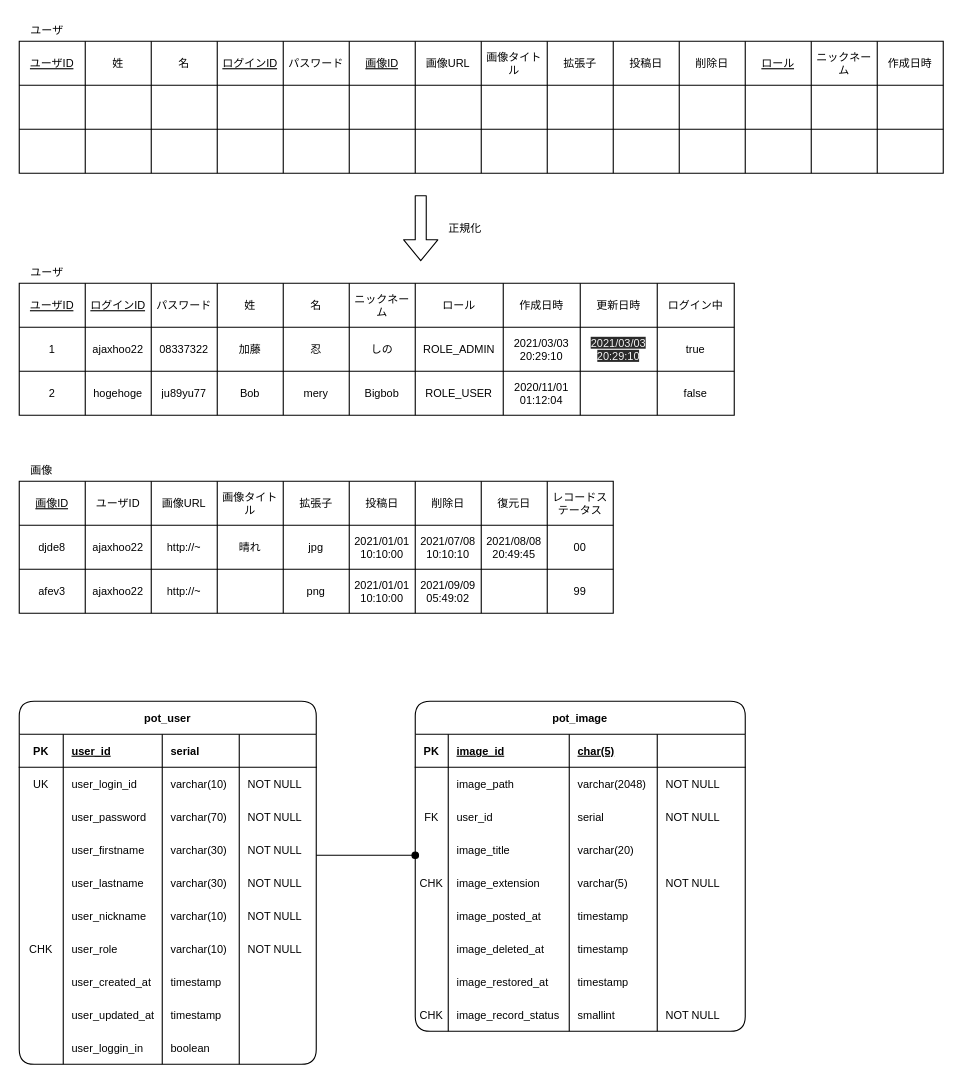
Above: ER.drawio in ODEN-t/imagepot (draw.io), before the change. Source tidied: cells renumbered, new cells numbered last; positions are measured from the earlier drawing's top-left corner, leaving out a move shared by most shapes. Both pictures are drawn from the tidied source at 110%, with x=0, y=0 at pixel (19, 19).
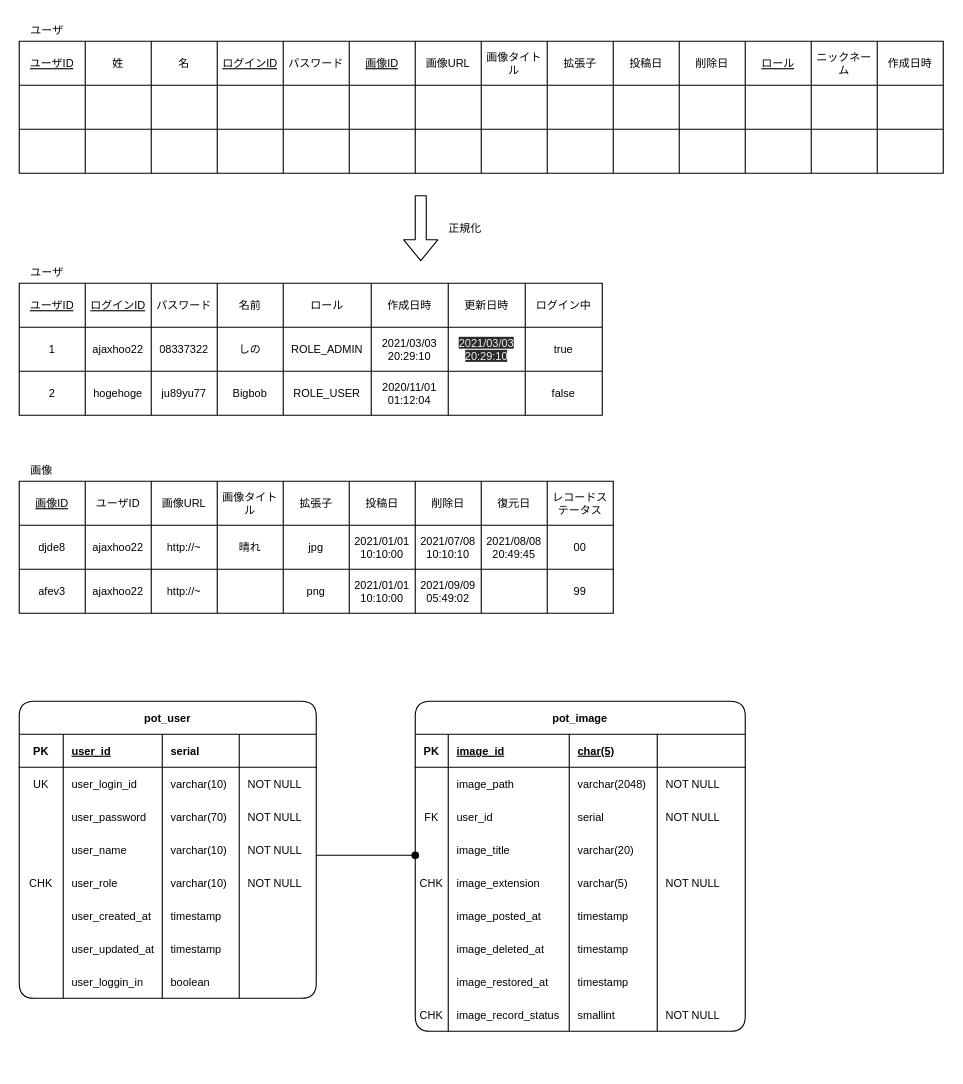
Above is the later version.

Change to the diagram source:
```diff
@@
     <mxCell id="2" value="pot_user" style="shape=table;startSize=30;childLayout=tableLayout;rowLines=0;fontStyle=1;align=center;rounded=1;shadow=0;dashed=0;strokeWidth=1;fontFamily=Helvetica;fontSize=10;" parent="1" vertex="1">
-      <mxGeometry y="620" width="270" height="330" as="geometry" />
+      <mxGeometry y="620" width="270" height="270" as="geometry" />
     </mxCell>
@@
-    <mxCell id="18" style="shape=partialRectangle;fillColor=none;top=0;left=0;bottom=0;right=0;fontFamily=Helvetica;fontSize=10;" parent="2" vertex="1">
-      <mxGeometry y="120" width="270" height="30" as="geometry" />
-    </mxCell>
-    <mxCell id="19" style="shape=partialRectangle;fillColor=none;top=0;left=0;bottom=0;right=0;overflow=hidden;fontFamily=Helvetica;fontSize=10;" parent="18" vertex="1">
-      <mxGeometry width="40" height="30" as="geometry" />
-    </mxCell>
-    <mxCell id="20" value="user_firstname" style="shape=partialRectangle;fillColor=none;top=0;left=0;bottom=0;right=0;align=left;spacingLeft=6;overflow=hidden;fontFamily=Helvetica;fontSize=10;" parent="18" vertex="1">
-      <mxGeometry x="40" width="90" height="30" as="geometry" />
-    </mxCell>
-    <mxCell id="21" value="varchar(30)" style="shape=partialRectangle;fillColor=none;top=0;left=0;bottom=0;right=0;align=left;spacingLeft=6;overflow=hidden;fontFamily=Helvetica;fontSize=10;" parent="18" vertex="1">
-      <mxGeometry x="130" width="70" height="30" as="geometry" />
-    </mxCell>
-    <mxCell id="22" value="NOT NULL" style="shape=partialRectangle;fillColor=none;top=0;left=0;bottom=0;right=0;align=left;spacingLeft=6;overflow=hidden;fontFamily=Helvetica;fontSize=10;" parent="18" vertex="1">
-      <mxGeometry x="200" width="70" height="30" as="geometry" />
-    </mxCell>
-    <mxCell id="23" style="shape=partialRectangle;fillColor=none;top=0;left=0;bottom=0;right=0;fontFamily=Helvetica;fontSize=10;" parent="2" vertex="1">
-      <mxGeometry y="150" width="270" height="30" as="geometry" />
-    </mxCell>
-    <mxCell id="24" style="shape=partialRectangle;fillColor=none;top=0;left=0;bottom=0;right=0;overflow=hidden;fontFamily=Helvetica;fontSize=10;" parent="23" vertex="1">
-      <mxGeometry width="40" height="30" as="geometry" />
-    </mxCell>
-    <mxCell id="25" value="user_lastname" style="shape=partialRectangle;fillColor=none;top=0;left=0;bottom=0;right=0;align=left;spacingLeft=6;overflow=hidden;fontFamily=Helvetica;fontSize=10;" parent="23" vertex="1">
-      <mxGeometry x="40" width="90" height="30" as="geometry" />
-    </mxCell>
-    <mxCell id="26" value="varchar(30)" style="shape=partialRectangle;fillColor=none;top=0;left=0;bottom=0;right=0;align=left;spacingLeft=6;overflow=hidden;fontFamily=Helvetica;fontSize=10;" parent="23" vertex="1">
-      <mxGeometry x="130" width="70" height="30" as="geometry" />
-    </mxCell>
-    <mxCell id="27" value="NOT NULL" style="shape=partialRectangle;fillColor=none;top=0;left=0;bottom=0;right=0;align=left;spacingLeft=6;overflow=hidden;fontFamily=Helvetica;fontSize=10;" parent="23" vertex="1">
-      <mxGeometry x="200" width="70" height="30" as="geometry" />
-    </mxCell>
     <mxCell id="28" style="shape=partialRectangle;fillColor=none;top=0;left=0;bottom=0;right=0;fontFamily=Helvetica;fontSize=10;" parent="2" vertex="1">
-      <mxGeometry y="180" width="270" height="30" as="geometry" />
+      <mxGeometry y="120" width="270" height="30" as="geometry" />
     </mxCell>
@@
-    <mxCell id="30" value="user_nickname" style="shape=partialRectangle;fillColor=none;top=0;left=0;bottom=0;right=0;align=left;spacingLeft=6;overflow=hidden;fontFamily=Helvetica;fontSize=10;" parent="28" vertex="1">
+    <mxCell id="30" value="user_name" style="shape=partialRectangle;fillColor=none;top=0;left=0;bottom=0;right=0;align=left;spacingLeft=6;overflow=hidden;fontFamily=Helvetica;fontSize=10;" parent="28" vertex="1">
       <mxGeometry x="40" width="90" height="30" as="geometry" />
     </mxCell>
@@
     <mxCell id="33" style="shape=partialRectangle;fillColor=none;top=0;left=0;bottom=0;right=0;fontFamily=Helvetica;fontSize=10;" parent="2" vertex="1">
-      <mxGeometry y="210" width="270" height="30" as="geometry" />
+      <mxGeometry y="150" width="270" height="30" as="geometry" />
     </mxCell>
@@
     <mxCell id="38" style="shape=partialRectangle;fillColor=none;top=0;left=0;bottom=0;right=0;fontFamily=Helvetica;fontSize=10;" parent="2" vertex="1">
-      <mxGeometry y="240" width="270" height="30" as="geometry" />
+      <mxGeometry y="180" width="270" height="30" as="geometry" />
     </mxCell>
@@
     <mxCell id="43" style="shape=partialRectangle;fillColor=none;top=0;left=0;bottom=0;right=0;fontFamily=Helvetica;fontSize=10;" parent="2" vertex="1">
-      <mxGeometry y="270" width="270" height="30" as="geometry" />
+      <mxGeometry y="210" width="270" height="30" as="geometry" />
     </mxCell>
@@
     <mxCell id="48" style="shape=partialRectangle;fillColor=none;top=0;left=0;bottom=0;right=0;fontFamily=Helvetica;fontSize=10;" parent="2" vertex="1">
-      <mxGeometry y="300" width="270" height="30" as="geometry" />
+      <mxGeometry y="240" width="270" height="30" as="geometry" />
     </mxCell>
@@
     <mxCell id="148" style="shape=table;html=1;whiteSpace=wrap;startSize=0;childLayout=tableLayout;fontFamily=Helvetica;fontSize=10;" parent="1" vertex="1">
-      <mxGeometry y="240" width="650" height="120" as="geometry" />
+      <mxGeometry y="240" width="530" height="120" as="geometry" />
     </mxCell>
     <mxCell id="149" style="shape=partialRectangle;html=1;whiteSpace=wrap;fillColor=none;top=0;left=0;bottom=0;right=0;fontSize=10;" parent="148" vertex="1">
-      <mxGeometry width="650" height="40" as="geometry" />
+      <mxGeometry width="530" height="40" as="geometry" />
     </mxCell>
@@
-    <mxCell id="153" value="姓" style="shape=partialRectangle;html=1;whiteSpace=wrap;fillColor=none;top=0;left=0;bottom=0;right=0;overflow=hidden;fontSize=10;" parent="149" vertex="1">
-      <mxGeometry x="180" width="60" height="40" as="geometry" />
-    </mxCell>
-    <mxCell id="154" value="名" style="shape=partialRectangle;html=1;whiteSpace=wrap;fillColor=none;top=0;left=0;bottom=0;right=0;overflow=hidden;fontSize=10;" parent="149" vertex="1">
-      <mxGeometry x="240" width="60" height="40" as="geometry" />
-    </mxCell>
-    <mxCell id="155" value="ニックネーム" style="shape=partialRectangle;html=1;whiteSpace=wrap;fillColor=none;top=0;left=0;bottom=0;right=0;overflow=hidden;fontSize=10;" parent="149" vertex="1">
-      <mxGeometry x="300" width="60" height="40" as="geometry" />
+    <mxCell id="155" value="名前" style="shape=partialRectangle;html=1;whiteSpace=wrap;fillColor=none;top=0;left=0;bottom=0;right=0;overflow=hidden;fontSize=10;" parent="149" vertex="1">
+      <mxGeometry x="180" width="60" height="40" as="geometry" />
     </mxCell>
     <mxCell id="156" value="ロール" style="shape=partialRectangle;html=1;whiteSpace=wrap;fillColor=none;top=0;left=0;bottom=0;right=0;overflow=hidden;fontSize=10;" parent="149" vertex="1">
-      <mxGeometry x="360" width="80" height="40" as="geometry" />
+      <mxGeometry x="240" width="80" height="40" as="geometry" />
     </mxCell>
     <mxCell id="157" value="作成日時" style="shape=partialRectangle;html=1;whiteSpace=wrap;fillColor=none;top=0;left=0;bottom=0;right=0;overflow=hidden;fontSize=10;" parent="149" vertex="1">
-      <mxGeometry x="440" width="70" height="40" as="geometry" />
+      <mxGeometry x="320" width="70" height="40" as="geometry" />
     </mxCell>
     <mxCell id="158" value="更新日時" style="shape=partialRectangle;html=1;whiteSpace=wrap;fillColor=none;top=0;left=0;bottom=0;right=0;overflow=hidden;fontSize=10;" parent="149" vertex="1">
-      <mxGeometry x="510" width="70" height="40" as="geometry" />
+      <mxGeometry x="390" width="70" height="40" as="geometry" />
     </mxCell>
     <mxCell id="159" value="ログイン中" style="shape=partialRectangle;html=1;whiteSpace=wrap;fillColor=none;top=0;left=0;bottom=0;right=0;overflow=hidden;fontSize=10;" parent="149" vertex="1">
-      <mxGeometry x="580" width="70" height="40" as="geometry" />
+      <mxGeometry x="460" width="70" height="40" as="geometry" />
     </mxCell>
     <mxCell id="160" style="shape=partialRectangle;html=1;whiteSpace=wrap;fillColor=none;top=0;left=0;bottom=0;right=0;fontSize=10;" parent="148" vertex="1">
-      <mxGeometry y="40" width="650" height="40" as="geometry" />
+      <mxGeometry y="40" width="530" height="40" as="geometry" />
     </mxCell>
@@
-    <mxCell id="164" value="加藤" style="shape=partialRectangle;html=1;whiteSpace=wrap;fillColor=none;top=0;left=0;bottom=0;right=0;overflow=hidden;fontSize=10;" parent="160" vertex="1">
-      <mxGeometry x="180" width="60" height="40" as="geometry" />
-    </mxCell>
-    <mxCell id="165" value="忍" style="shape=partialRectangle;html=1;whiteSpace=wrap;fillColor=none;top=0;left=0;bottom=0;right=0;overflow=hidden;fontSize=10;" parent="160" vertex="1">
-      <mxGeometry x="240" width="60" height="40" as="geometry" />
-    </mxCell>
     <mxCell id="166" value="しの" style="shape=partialRectangle;html=1;whiteSpace=wrap;fillColor=none;top=0;left=0;bottom=0;right=0;overflow=hidden;fontSize=10;" parent="160" vertex="1">
-      <mxGeometry x="300" width="60" height="40" as="geometry" />
+      <mxGeometry x="180" width="60" height="40" as="geometry" />
     </mxCell>
     <mxCell id="167" value="ROLE_ADMIN" style="shape=partialRectangle;html=1;whiteSpace=wrap;fillColor=none;top=0;left=0;bottom=0;right=0;overflow=hidden;fontSize=10;" parent="160" vertex="1">
-      <mxGeometry x="360" width="80" height="40" as="geometry" />
+      <mxGeometry x="240" width="80" height="40" as="geometry" />
     </mxCell>
     <mxCell id="168" value="2021/03/03 20:29:10" style="shape=partialRectangle;html=1;whiteSpace=wrap;fillColor=none;top=0;left=0;bottom=0;right=0;overflow=hidden;fontSize=10;" parent="160" vertex="1">
-      <mxGeometry x="440" width="70" height="40" as="geometry" />
+      <mxGeometry x="320" width="70" height="40" as="geometry" />
     </mxCell>
     <mxCell id="169" value="&lt;span style=&quot;color: rgb(240 , 240 , 240) ; font-family: &amp;#34;helvetica&amp;#34; ; font-size: 10px ; font-style: normal ; font-weight: 400 ; letter-spacing: normal ; text-align: center ; text-indent: 0px ; text-transform: none ; word-spacing: 0px ; background-color: rgb(42 , 42 , 42) ; display: inline ; float: none&quot;&gt;2021/03/03 20:29:10&lt;/span&gt;" style="shape=partialRectangle;html=1;whiteSpace=wrap;fillColor=none;top=0;left=0;bottom=0;right=0;overflow=hidden;fontSize=10;" parent="160" vertex="1">
-      <mxGeometry x="510" width="70" height="40" as="geometry" />
+      <mxGeometry x="390" width="70" height="40" as="geometry" />
     </mxCell>
     <mxCell id="170" value="true" style="shape=partialRectangle;html=1;whiteSpace=wrap;fillColor=none;top=0;left=0;bottom=0;right=0;overflow=hidden;fontSize=10;" parent="160" vertex="1">
-      <mxGeometry x="580" width="70" height="40" as="geometry" />
+      <mxGeometry x="460" width="70" height="40" as="geometry" />
     </mxCell>
     <mxCell id="171" style="shape=partialRectangle;html=1;whiteSpace=wrap;fillColor=none;top=0;left=0;bottom=0;right=0;fontSize=10;" parent="148" vertex="1">
-      <mxGeometry y="80" width="650" height="40" as="geometry" />
+      <mxGeometry y="80" width="530" height="40" as="geometry" />
     </mxCell>
@@
-    <mxCell id="175" value="Bob" style="shape=partialRectangle;html=1;whiteSpace=wrap;fillColor=none;top=0;left=0;bottom=0;right=0;overflow=hidden;fontSize=10;" parent="171" vertex="1">
-      <mxGeometry x="180" width="60" height="40" as="geometry" />
-    </mxCell>
-    <mxCell id="176" value="mery" style="shape=partialRectangle;html=1;whiteSpace=wrap;fillColor=none;top=0;left=0;bottom=0;right=0;overflow=hidden;fontSize=10;" parent="171" vertex="1">
-      <mxGeometry x="240" width="60" height="40" as="geometry" />
-    </mxCell>
     <mxCell id="177" value="Bigbob" style="shape=partialRectangle;html=1;whiteSpace=wrap;fillColor=none;top=0;left=0;bottom=0;right=0;overflow=hidden;fontSize=10;" parent="171" vertex="1">
-      <mxGeometry x="300" width="60" height="40" as="geometry" />
+      <mxGeometry x="180" width="60" height="40" as="geometry" />
     </mxCell>
     <mxCell id="178" value="ROLE_USER" style="shape=partialRectangle;html=1;whiteSpace=wrap;fillColor=none;top=0;left=0;bottom=0;right=0;overflow=hidden;fontSize=10;" parent="171" vertex="1">
-      <mxGeometry x="360" width="80" height="40" as="geometry" />
+      <mxGeometry x="240" width="80" height="40" as="geometry" />
     </mxCell>
     <mxCell id="179" value="2020/11/01 01:12:04" style="shape=partialRectangle;html=1;whiteSpace=wrap;fillColor=none;top=0;left=0;bottom=0;right=0;overflow=hidden;fontSize=10;" parent="171" vertex="1">
-      <mxGeometry x="440" width="70" height="40" as="geometry" />
+      <mxGeometry x="320" width="70" height="40" as="geometry" />
     </mxCell>
     <mxCell id="180" style="shape=partialRectangle;html=1;whiteSpace=wrap;fillColor=none;top=0;left=0;bottom=0;right=0;overflow=hidden;fontSize=10;" parent="171" vertex="1">
-      <mxGeometry x="510" width="70" height="40" as="geometry" />
+      <mxGeometry x="390" width="70" height="40" as="geometry" />
     </mxCell>
     <mxCell id="181" value="false" style="shape=partialRectangle;html=1;whiteSpace=wrap;fillColor=none;top=0;left=0;bottom=0;right=0;overflow=hidden;fontSize=10;" parent="171" vertex="1">
-      <mxGeometry x="580" width="70" height="40" as="geometry" />
+      <mxGeometry x="460" width="70" height="40" as="geometry" />
     </mxCell>
```
